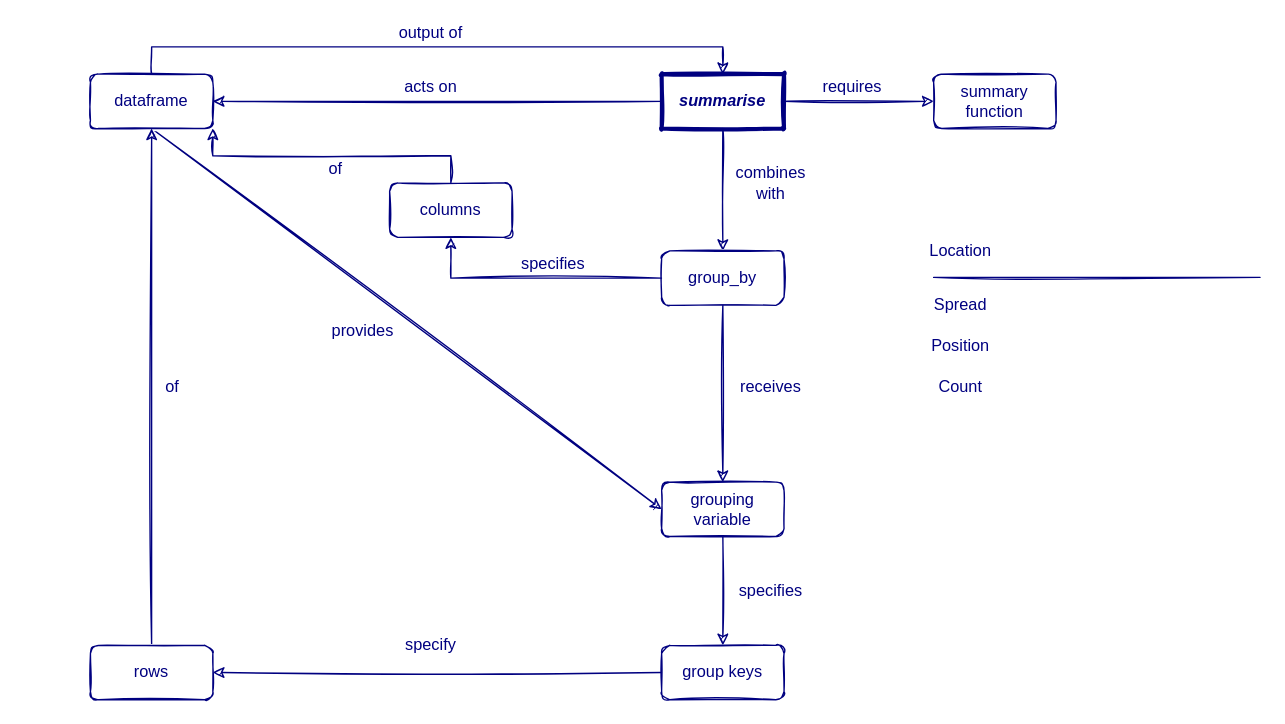
Earlier version of the draw.io diagram dplyr-summairse.drawio (larnsce/diagrams). Source tidied: cells renumbered, new cells numbered last; positions are measured from the earlier drawing's top-left corner, leaving out a move shared by most shapes. Both pictures are drawn from the tidied source at 136%, with x=0, y=0 at pixel (90, 73).
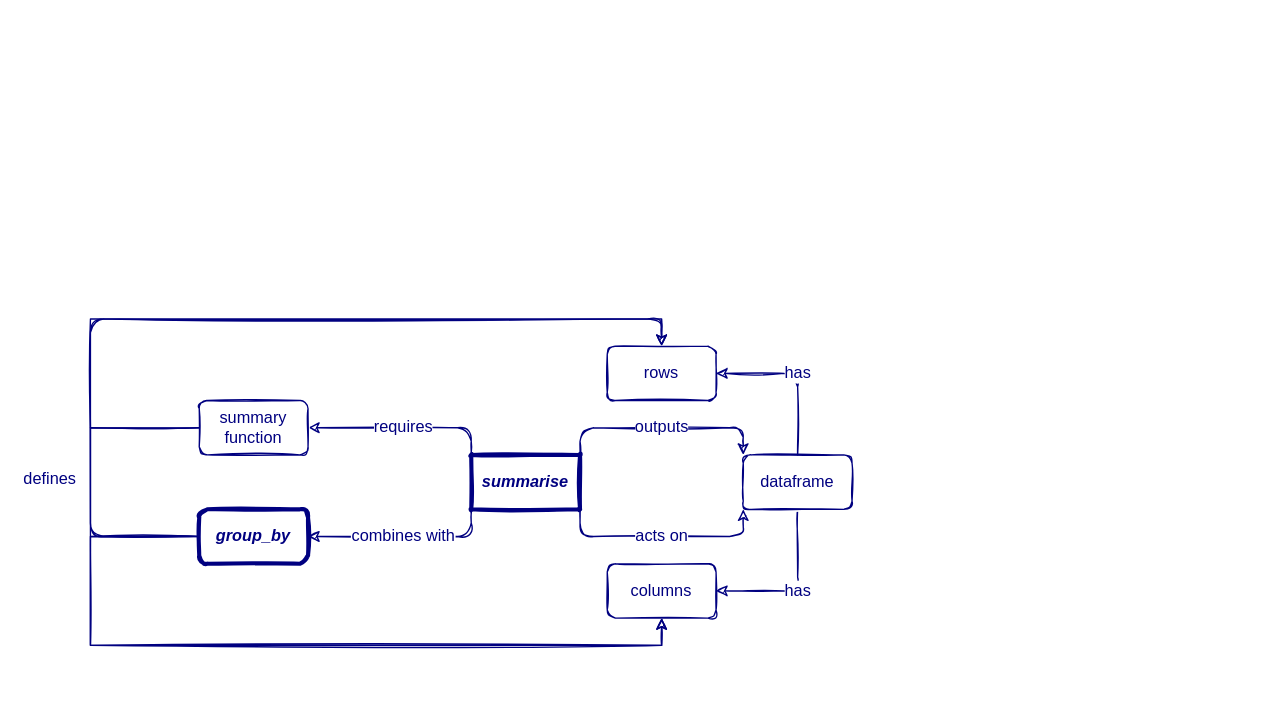
Above is the later version.

The edit, as a diff of the source:
```diff
@@
+    <mxCell id="4" value="requires" style="edgeStyle=orthogonalEdgeStyle;jettySize=auto;html=1;exitX=0;exitY=0;exitDx=0;exitDy=0;entryX=1;entryY=0.5;entryDx=0;entryDy=0;endFill=1;strokeColor=#000080;fontSize=12;fontColor=#000080;sketch=1;" parent="1" edge="1" source="5" target="10">
+      <mxGeometry relative="1" as="geometry" />
+    </mxCell>
+    <mxCell id="3" value="acts on" style="edgeStyle=orthogonalEdgeStyle;jettySize=auto;html=1;exitX=1;exitY=1;exitDx=0;exitDy=0;entryX=0;entryY=1;entryDx=0;entryDy=0;endFill=1;strokeColor=#000080;fontSize=12;fontColor=#000080;sketch=1;" parent="1" edge="1" source="5" target="9">
+      <mxGeometry relative="1" as="geometry" />
+    </mxCell>
+    <mxCell id="27" value="outputs" style="edgeStyle=orthogonalEdgeStyle;jettySize=auto;html=1;exitX=1;exitY=0;exitDx=0;exitDy=0;entryX=0;entryY=0;entryDx=0;entryDy=0;endFill=1;strokeColor=#000080;fontSize=12;fontColor=#000080;sketch=1;" parent="1" edge="1" source="5" target="9">
+      <mxGeometry relative="1" as="geometry" />
+    </mxCell>
-    <mxCell id="2" value="&lt;div&gt;combines&lt;/div&gt;&lt;div&gt;with&lt;/div&gt;" style="edgeStyle=orthogonalEdgeStyle;rounded=0;sketch=1;jettySize=auto;html=1;exitX=0.5;exitY=1;exitDx=0;exitDy=0;endArrow=classic;endFill=1;strokeColor=#000080;fontFamily=Helvetica;fontSize=12;fontColor=#000080;" parent="1" edge="1" source="5" target="13">
-      <mxGeometry x="-0.11" y="35" relative="1" as="geometry" />
+    <mxCell id="2" value="combines with" style="edgeStyle=orthogonalEdgeStyle;jettySize=auto;html=1;exitX=0;exitY=1;exitDx=0;exitDy=0;entryX=1;entryY=0.5;entryDx=0;entryDy=0;endFill=1;strokeColor=#000080;fontSize=12;fontColor=#000080;sketch=1;" parent="1" edge="1" source="5" target="13">
+      <mxGeometry relative="1" as="geometry" />
     </mxCell>
-    <mxCell id="3" value="acts on" style="edgeStyle=none;rounded=0;sketch=1;jettySize=auto;html=1;exitX=0;exitY=0.5;exitDx=0;exitDy=0;entryX=1;entryY=0.5;entryDx=0;entryDy=0;endArrow=classic;endFill=1;strokeColor=#000080;fontFamily=Helvetica;fontSize=12;fontColor=#000080;" parent="1" edge="1" source="5" target="9">
-      <mxGeometry x="0.03" y="-10" relative="1" as="geometry" />
-    </mxCell>
-    <mxCell id="4" value="requires" style="edgeStyle=orthogonalEdgeStyle;rounded=0;sketch=1;jettySize=auto;html=1;exitX=1;exitY=0.5;exitDx=0;exitDy=0;endArrow=classic;endFill=1;strokeColor=#000080;fontFamily=Helvetica;fontSize=12;fontColor=#000080;" parent="1" edge="1" source="5" target="10">
-      <mxGeometry x="-0.09" y="10" relative="1" as="geometry" />
-    </mxCell>
-    <mxCell id="5" value="&lt;div style=&quot;font-size: 12px;&quot;&gt;summarise&lt;/div&gt;" style="rounded=1;whiteSpace=wrap;html=1;sketch=1;strokeColor=#000080;fontFamily=Helvetica;strokeWidth=3;fontColor=#000080;fontStyle=3;fontSize=12;arcSize=0;" parent="1" vertex="1">
-      <mxGeometry x="420" width="90" height="40" as="geometry" />
+    <mxCell id="5" value="&lt;div style=&quot;font-size: 12px;&quot;&gt;summarise&lt;/div&gt;" style="whiteSpace=wrap;html=1;strokeColor=#000080;fontFamily=Helvetica;strokeWidth=3;fontColor=#000080;fontStyle=3;fontSize=12;arcSize=0;sketch=1;rounded=1;" parent="1" vertex="1">
+      <mxGeometry x="280" y="280" width="80" height="40" as="geometry" />
     </mxCell>
-    <mxCell id="6" style="edgeStyle=orthogonalEdgeStyle;rounded=0;sketch=1;orthogonalLoop=1;jettySize=auto;html=1;exitX=1;exitY=0.5;exitDx=0;exitDy=0;entryX=1;entryY=0.5;entryDx=0;entryDy=0;strokeColor=#000080;fontFamily=Helvetica;fontColor=#000080;fontSize=12;" parent="1" edge="1" source="9" target="9">
-      <mxGeometry relative="1" as="geometry" />
-    </mxCell>
-    <mxCell id="7" value="provides" style="edgeStyle=none;rounded=0;sketch=1;jettySize=auto;html=1;exitX=0.5;exitY=1;exitDx=0;exitDy=0;entryX=0;entryY=0.5;entryDx=0;entryDy=0;endArrow=classic;endFill=1;strokeColor=#000080;fontFamily=Helvetica;fontSize=12;fontColor=#000080;" parent="1" edge="1" source="9" target="15">
-      <mxGeometry x="-0.09" y="-27" relative="1" as="geometry" />
-    </mxCell>
-    <mxCell id="8" value="output of" style="edgeStyle=orthogonalEdgeStyle;rounded=0;sketch=1;jettySize=auto;html=1;exitX=0.5;exitY=0;exitDx=0;exitDy=0;entryX=0.5;entryY=0;entryDx=0;entryDy=0;endArrow=classic;endFill=1;strokeColor=#000080;fontFamily=Helvetica;fontSize=12;fontColor=#000080;" parent="1" edge="1" source="9" target="5">
-      <mxGeometry x="-0.02" y="10" relative="1" as="geometry" />
-    </mxCell>
-    <mxCell id="9" value="&lt;div style=&quot;font-size: 12px;&quot;&gt;dataframe&lt;/div&gt;" style="rounded=1;whiteSpace=wrap;html=1;sketch=1;strokeColor=#000080;fontFamily=Helvetica;strokeWidth=1;fontColor=#000080;fontStyle=0;fontSize=12;" parent="1" vertex="1">
-      <mxGeometry width="90" height="40" as="geometry" />
-    </mxCell>
-    <mxCell id="10" value="summary function" style="whiteSpace=wrap;html=1;rounded=1;fontColor=#000080;fontStyle=0;strokeColor=#000080;strokeWidth=1;sketch=1;fontSize=12;" parent="1" vertex="1">
-      <mxGeometry x="620" width="90" height="40" as="geometry" />
-    </mxCell>
-    <mxCell id="11" value="&lt;div&gt;receives&lt;/div&gt;" style="rounded=0;sketch=1;jettySize=auto;html=1;endArrow=classic;endFill=1;strokeColor=#000080;fontFamily=Helvetica;fontSize=12;fontColor=#000080;entryX=0.5;entryY=0;entryDx=0;entryDy=0;" parent="1" edge="1" source="13" target="15">
-      <mxGeometry x="-0.08" y="35" relative="1" as="geometry" />
-    </mxCell>
+    <mxCell id="28" value="defines" style="edgeStyle=orthogonalEdgeStyle;jettySize=auto;html=1;exitX=0;exitY=0.5;exitDx=0;exitDy=0;entryX=0.5;entryY=0;entryDx=0;entryDy=0;endFill=1;strokeColor=#000080;fontSize=12;fontColor=#000080;sketch=1;" parent="1" edge="1" source="13" target="17">
+      <mxGeometry x="-0.76" y="-50" relative="1" as="geometry">
+        <Array as="points">
+          <mxPoint y="340" />
+          <mxPoint y="180" />
+          <mxPoint x="420" y="180" />
+        </Array>
+        <mxPoint x="-80" y="-40" as="offset" />
+      </mxGeometry>
+    </mxCell>
-    <mxCell id="12" value="specifies" style="edgeStyle=orthogonalEdgeStyle;rounded=0;sketch=1;jettySize=auto;html=1;exitX=0;exitY=0.5;exitDx=0;exitDy=0;endArrow=classic;endFill=1;strokeColor=#000080;fontFamily=Helvetica;fontSize=12;fontColor=#000080;" parent="1" edge="1" source="13" target="21">
-      <mxGeometry x="0.78" y="-75" relative="1" as="geometry" />
+    <mxCell id="12" style="edgeStyle=orthogonalEdgeStyle;rounded=0;sketch=1;jettySize=auto;html=1;exitX=0;exitY=0.5;exitDx=0;exitDy=0;entryX=0.5;entryY=1;entryDx=0;entryDy=0;endFill=1;strokeColor=#000080;fontSize=12;fontColor=#000080;" parent="1" edge="1" source="13" target="21">
+      <mxGeometry relative="1" as="geometry">
+        <Array as="points">
+          <mxPoint y="340" />
+          <mxPoint y="420" />
+          <mxPoint x="420" y="420" />
+        </Array>
+      </mxGeometry>
     </mxCell>
-    <mxCell id="13" value="group_by" style="rounded=1;whiteSpace=wrap;html=1;sketch=1;strokeColor=#000080;strokeWidth=1;fontSize=12;fontColor=#000080;" parent="1" vertex="1">
-      <mxGeometry x="420" y="130" width="90" height="40" as="geometry" />
+    <mxCell id="13" value="group_by" style="whiteSpace=wrap;html=1;strokeColor=#000080;strokeWidth=3;fontSize=12;fontColor=#000080;fontStyle=3;sketch=1;rounded=1;" parent="1" vertex="1">
+      <mxGeometry x="80" y="320" width="80" height="40" as="geometry" />
     </mxCell>
-    <mxCell id="14" value="specifies" style="edgeStyle=orthogonalEdgeStyle;rounded=0;sketch=1;jettySize=auto;html=1;exitX=0.5;exitY=1;exitDx=0;exitDy=0;endArrow=classic;endFill=1;strokeColor=#000080;fontFamily=Helvetica;fontSize=12;fontColor=#000080;" parent="1" edge="1" source="15" target="19">
-      <mxGeometry y="35" relative="1" as="geometry" />
-    </mxCell>
-    <mxCell id="15" value="&lt;div&gt;grouping&lt;/div&gt;&lt;div&gt;variable&lt;br&gt;&lt;/div&gt;" style="whiteSpace=wrap;html=1;rounded=1;fontColor=#000080;strokeColor=#000080;strokeWidth=1;sketch=1;" parent="1" vertex="1">
-      <mxGeometry x="420" y="300" width="90" height="40" as="geometry" />
-    </mxCell>
-    <mxCell id="16" value="of" style="edgeStyle=orthogonalEdgeStyle;rounded=0;sketch=1;jettySize=auto;html=1;exitX=0.5;exitY=0;exitDx=0;exitDy=0;endArrow=classic;endFill=1;strokeColor=#000080;fontFamily=Helvetica;fontSize=12;fontColor=#000080;" parent="1" edge="1" source="17" target="9">
-      <mxGeometry y="-15" relative="1" as="geometry" />
-    </mxCell>
-    <mxCell id="17" value="rows" style="rounded=1;whiteSpace=wrap;html=1;sketch=1;strokeColor=#000080;strokeWidth=1;fontSize=12;fontColor=#000080;" parent="1" vertex="1">
-      <mxGeometry y="420" width="90" height="40" as="geometry" />
+    <mxCell id="17" value="rows" style="whiteSpace=wrap;html=1;strokeColor=#000080;strokeWidth=1;fontSize=12;fontColor=#000080;sketch=1;rounded=1;" parent="1" vertex="1">
+      <mxGeometry x="380" y="200" width="80" height="40" as="geometry" />
     </mxCell>
-    <mxCell id="18" value="specify" style="edgeStyle=orthogonalEdgeStyle;rounded=0;sketch=1;jettySize=auto;html=1;exitX=0;exitY=0.5;exitDx=0;exitDy=0;entryX=1;entryY=0.5;entryDx=0;entryDy=0;endArrow=classic;endFill=1;strokeColor=#000080;fontFamily=Helvetica;fontSize=12;fontColor=#000080;" parent="1" edge="1" source="19" target="17">
-      <mxGeometry x="0.03" y="-20" relative="1" as="geometry" />
-    </mxCell>
-    <mxCell id="19" value="group keys" style="rounded=1;whiteSpace=wrap;html=1;sketch=1;strokeColor=#000080;strokeWidth=1;fontSize=12;fontColor=#000080;" parent="1" vertex="1">
-      <mxGeometry x="420" y="420" width="90" height="40" as="geometry" />
-    </mxCell>
-    <mxCell id="20" value="of" style="rounded=0;sketch=1;jettySize=auto;html=1;exitX=0.5;exitY=0;exitDx=0;exitDy=0;entryX=1;entryY=1;entryDx=0;entryDy=0;endArrow=classic;endFill=1;strokeColor=#000080;fontFamily=Helvetica;fontSize=12;fontColor=#000080;edgeStyle=orthogonalEdgeStyle;" parent="1" edge="1" source="21" target="9">
-      <mxGeometry x="-0.02" y="10" relative="1" as="geometry" />
-    </mxCell>
-    <mxCell id="21" value="columns" style="rounded=1;whiteSpace=wrap;html=1;sketch=1;strokeColor=#000080;strokeWidth=1;fontSize=12;fontColor=#000080;" parent="1" vertex="1">
-      <mxGeometry x="220" y="80" width="90" height="40" as="geometry" />
+    <mxCell id="21" value="columns" style="whiteSpace=wrap;html=1;strokeColor=#000080;strokeWidth=1;fontSize=12;fontColor=#000080;sketch=1;rounded=1;" parent="1" vertex="1">
+      <mxGeometry x="380" y="360" width="80" height="40" as="geometry" />
     </mxCell>
-    <mxCell id="22" style="endArrow=none;html=1;strokeColor=#000080;fontFamily=Helvetica;fontSize=12;fontColor=#000080;sketch=1;" parent="1" edge="1">
-      <mxGeometry relative="1" as="geometry">
-        <mxPoint x="620" y="149.5" as="sourcePoint" />
-        <mxPoint x="860" y="149.5" as="targetPoint" />
-      </mxGeometry>
-    </mxCell>
-    <mxCell id="23" value="Location" style="text;html=1;strokeColor=none;fillColor=none;align=center;verticalAlign=middle;whiteSpace=wrap;rounded=0;sketch=1;fontSize=12;fontColor=#000080;" parent="1" vertex="1">
-      <mxGeometry x="620" y="120" width="40" height="20" as="geometry" />
-    </mxCell>
-    <mxCell id="24" value="Spread" style="text;html=1;strokeColor=none;fillColor=none;align=center;verticalAlign=middle;whiteSpace=wrap;rounded=0;sketch=1;fontSize=12;fontColor=#000080;" parent="1" vertex="1">
-      <mxGeometry x="620" y="160" width="40" height="20" as="geometry" />
-    </mxCell>
-    <mxCell id="25" value="Position" style="text;html=1;strokeColor=none;fillColor=none;align=center;verticalAlign=middle;whiteSpace=wrap;rounded=0;sketch=1;fontSize=12;fontColor=#000080;" parent="1" vertex="1">
-      <mxGeometry x="620" y="190" width="40" height="20" as="geometry" />
-    </mxCell>
-    <mxCell id="26" value="Count" style="text;html=1;strokeColor=none;fillColor=none;align=center;verticalAlign=middle;whiteSpace=wrap;rounded=0;sketch=1;fontSize=12;fontColor=#000080;" parent="1" vertex="1">
-      <mxGeometry x="620" y="220" width="40" height="20" as="geometry" />
-    </mxCell>
+    <mxCell id="29" value="has" style="edgeStyle=orthogonalEdgeStyle;jettySize=auto;html=1;exitX=0.5;exitY=0;exitDx=0;exitDy=0;entryX=1;entryY=0.5;entryDx=0;entryDy=0;endFill=1;strokeColor=#000080;fontSize=12;fontColor=#000080;sketch=1;" parent="1" edge="1" source="9" target="17">
+      <mxGeometry relative="1" as="geometry" />
+    </mxCell>
+    <mxCell id="30" value="has" style="edgeStyle=orthogonalEdgeStyle;jettySize=auto;html=1;exitX=0.5;exitY=1;exitDx=0;exitDy=0;entryX=1;entryY=0.5;entryDx=0;entryDy=0;endFill=1;strokeColor=#000080;fontSize=12;fontColor=#000080;sketch=1;" parent="1" edge="1" source="9" target="21">
+      <mxGeometry relative="1" as="geometry" />
+    </mxCell>
+    <mxCell id="9" value="&lt;div style=&quot;font-size: 12px;&quot;&gt;dataframe&lt;/div&gt;" style="whiteSpace=wrap;html=1;strokeColor=#000080;fontFamily=Helvetica;strokeWidth=1;fontColor=#000080;fontStyle=0;fontSize=12;sketch=1;rounded=1;" parent="1" vertex="1">
+      <mxGeometry x="480" y="280" width="80" height="40" as="geometry" />
+    </mxCell>
+    <mxCell id="31" style="edgeStyle=orthogonalEdgeStyle;rounded=0;sketch=1;jettySize=auto;html=1;entryX=0.5;entryY=1;entryDx=0;entryDy=0;endFill=1;strokeColor=#000080;fontSize=12;fontColor=#000080;exitX=0;exitY=0.5;exitDx=0;exitDy=0;" parent="1" edge="1" source="10" target="21">
+      <mxGeometry relative="1" as="geometry">
+        <Array as="points">
+          <mxPoint y="260" />
+          <mxPoint y="420" />
+          <mxPoint x="420" y="420" />
+        </Array>
+      </mxGeometry>
+    </mxCell>
+    <mxCell id="32" style="edgeStyle=orthogonalEdgeStyle;rounded=0;sketch=1;jettySize=auto;html=1;exitX=0;exitY=0.5;exitDx=0;exitDy=0;endFill=1;strokeColor=#000080;fontSize=12;fontColor=#000080;" parent="1" edge="1" source="10">
+      <mxGeometry relative="1" as="geometry">
+        <mxPoint x="420" y="200" as="targetPoint" />
+        <Array as="points">
+          <mxPoint y="260" />
+          <mxPoint y="180" />
+          <mxPoint x="420" y="180" />
+        </Array>
+      </mxGeometry>
+    </mxCell>
+    <mxCell id="10" value="summary function" style="whiteSpace=wrap;html=1;fontColor=#000080;fontStyle=0;strokeColor=#000080;strokeWidth=1;fontSize=12;sketch=1;rounded=1;" parent="1" vertex="1">
+      <mxGeometry x="80" y="240" width="80" height="40" as="geometry" />
+    </mxCell>
```
